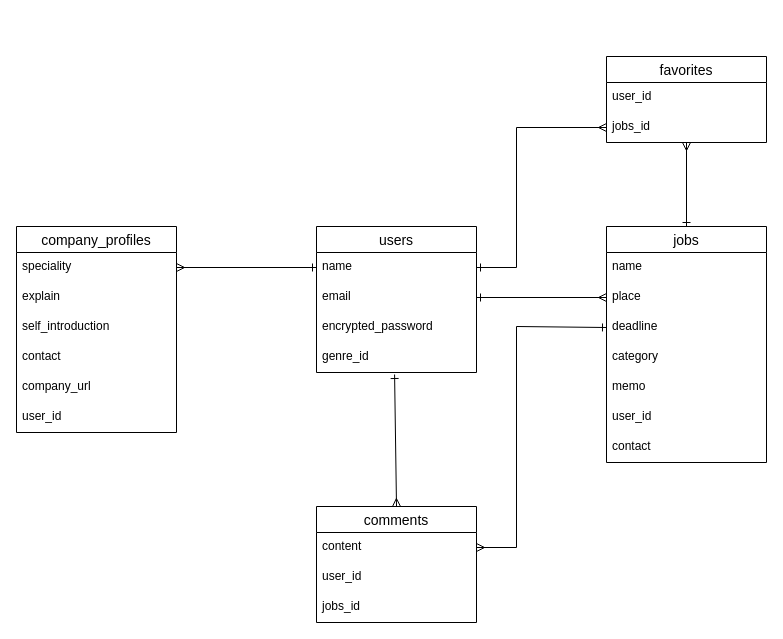
This is factory.drawio from ikejiri-ohashi/factory, a draw.io file, before an edit. Source tidied: cells renumbered, new cells numbered last; positions are measured from the earlier drawing's top-left corner, leaving out a move shared by most shapes. Both pictures are drawn from the tidied source at 100%, with x=0, y=0 at pixel (16, 56).
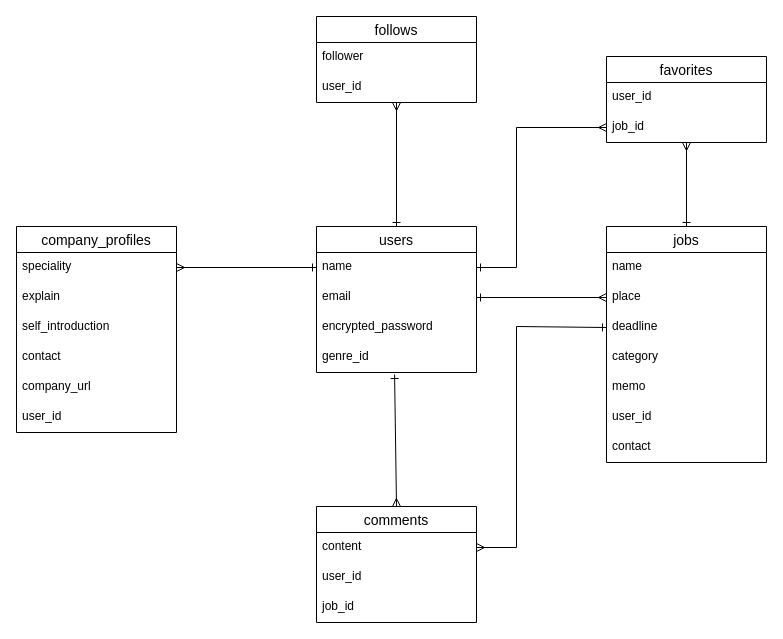
After the change.

The change refers to these unchanged cells:
```xml
<mxCell id="2" value="users" style="swimlane;fontStyle=0;horizontal=1;startSize=26;align=center;fontSize=14;" parent="1" vertex="1">
  <mxGeometry x="300" y="170" width="160" height="146" as="geometry" />
</mxCell>
<mxCell id="16" value="comments" style="swimlane;fontStyle=0;horizontal=1;startSize=26;align=center;fontSize=14;" parent="1" vertex="1">
  <mxGeometry x="300" y="450" width="160" height="116" as="geometry" />
</mxCell>
<mxCell id="30" value="favorites" style="swimlane;fontStyle=0;horizontal=1;startSize=26;align=center;fontSize=14;" parent="1" vertex="1">
  <mxGeometry x="590" width="160" height="86" as="geometry" />
</mxCell>
```

The edit, as a diff of the source:
```diff
@@
-    <mxCell id="19" value="jobs_id" style="text;strokeColor=none;fillColor=none;spacingLeft=4;spacingRight=4;overflow=hidden;fontSize=12;" parent="16" vertex="1">
+    <mxCell id="19" value="job_id" style="text;strokeColor=none;fillColor=none;spacingLeft=4;spacingRight=4;overflow=hidden;fontSize=12;" parent="16" vertex="1">
       <mxGeometry y="86" width="160" height="30" as="geometry" />
     </mxCell>
@@
-    <mxCell id="32" value="jobs_id" style="text;strokeColor=none;fillColor=none;spacingLeft=4;spacingRight=4;overflow=hidden;points=[[0,0.5],[1,0.5]];portConstraint=eastwest;fontSize=12;" parent="30" vertex="1">
+    <mxCell id="32" value="job_id" style="text;strokeColor=none;fillColor=none;spacingLeft=4;spacingRight=4;overflow=hidden;points=[[0,0.5],[1,0.5]];portConstraint=eastwest;fontSize=12;" parent="30" vertex="1">
       <mxGeometry y="56" width="160" height="30" as="geometry" />
     </mxCell>
@@
+    <mxCell id="35" value="follows" style="swimlane;fontStyle=0;horizontal=1;startSize=26;align=center;fontSize=14;" parent="1" vertex="1">
+      <mxGeometry x="300" y="-40" width="160" height="86" as="geometry" />
+    </mxCell>
+    <mxCell id="36" value="follower" style="text;strokeColor=none;fillColor=none;spacingLeft=4;spacingRight=4;overflow=hidden;fontSize=12;" parent="35" vertex="1">
+      <mxGeometry y="26" width="160" height="30" as="geometry" />
+    </mxCell>
+    <mxCell id="37" value="user_id" style="text;strokeColor=none;fillColor=none;spacingLeft=4;spacingRight=4;overflow=hidden;points=[[0,0.5],[1,0.5]];portConstraint=eastwest;fontSize=12;" parent="35" vertex="1">
+      <mxGeometry y="56" width="160" height="30" as="geometry" />
+    </mxCell>
+    <mxCell id="38" style="rounded=0;jettySize=auto;html=1;exitX=0.5;exitY=0;exitDx=0;exitDy=0;endArrow=ERmany;endFill=0;startArrow=ERone;startFill=0;" parent="1" edge="1" source="2" target="37">
+      <mxGeometry relative="1" as="geometry" />
+    </mxCell>
```
